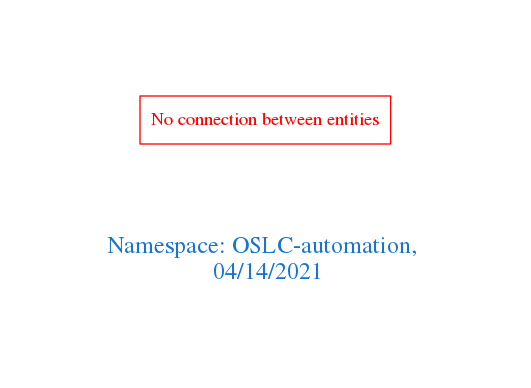
This is downloads/OSLC-automation.png from arago/OGIT, a Graphviz export, as it was before one commit. Its source is kept beside it as downloads/OSLC-automation.dot.
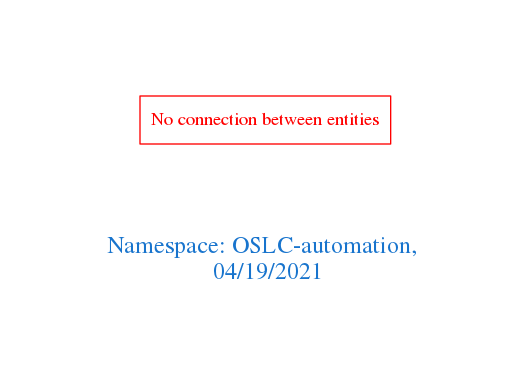
After the commit.

The edit, as a diff of the source:
```diff
@@ -1,7 +1,7 @@
 digraph OGIT_ontology {
  graph [ rankdir= LR,pad=1
 fontsize = 18,
-fontcolor= dodgerblue3,label = "\n\n\nNamespace: OSLC-automation, \n 04/14/2021"];
+fontcolor= dodgerblue3,label = "\n\n\nNamespace: OSLC-automation, \n 04/19/2021"];
 node[shape=polygon];
 edge [  color="gray81"];
 
```
